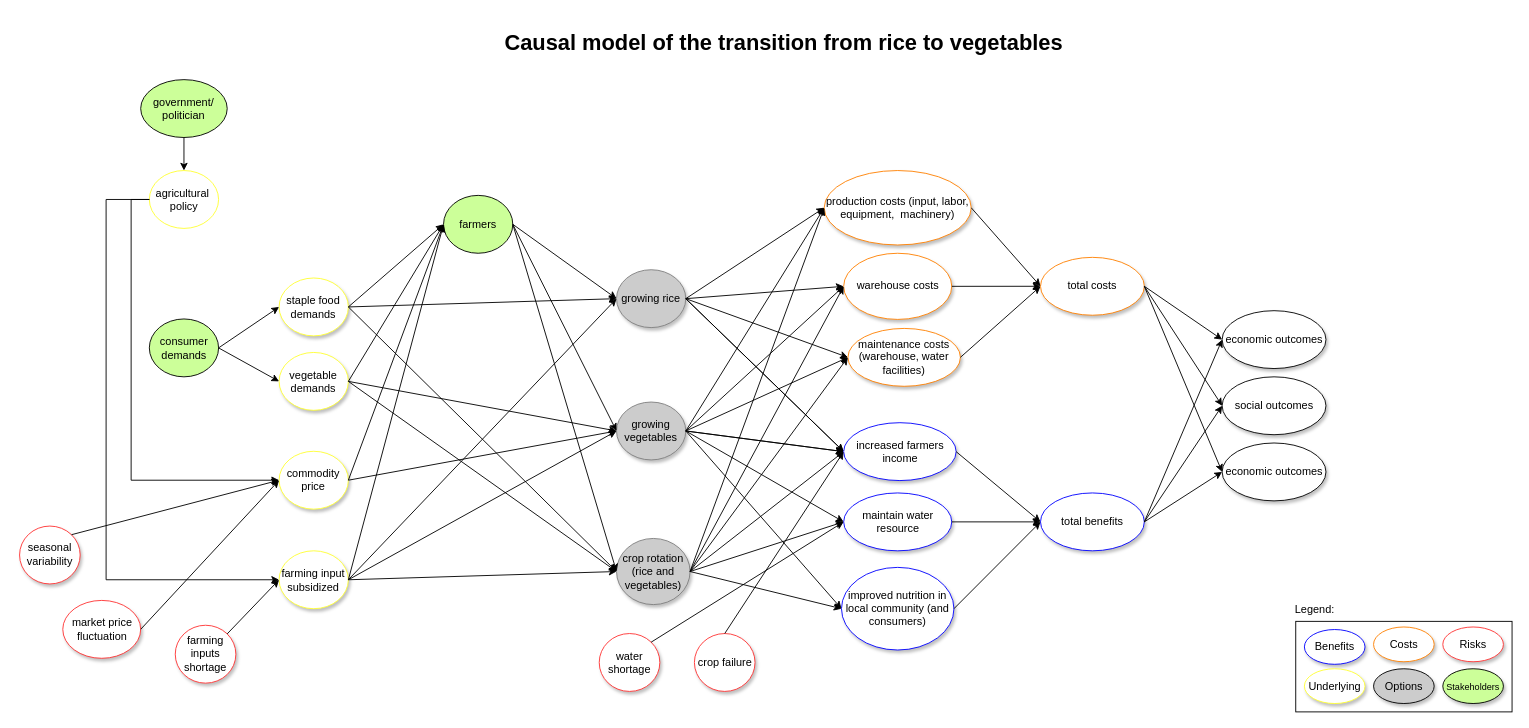
noviriasyifaunnafsi/transition-from-rice-to-vegetables keeps this draw.io diagram as impact pathway.drawio. Above is the earlier version. Source tidied: cells renumbered, new cells numbered last; positions are measured from the earlier drawing's top-left corner, leaving out a move shared by most shapes. Both pictures are drawn from the tidied source at 91%, with x=0, y=0 at pixel (19, 25).
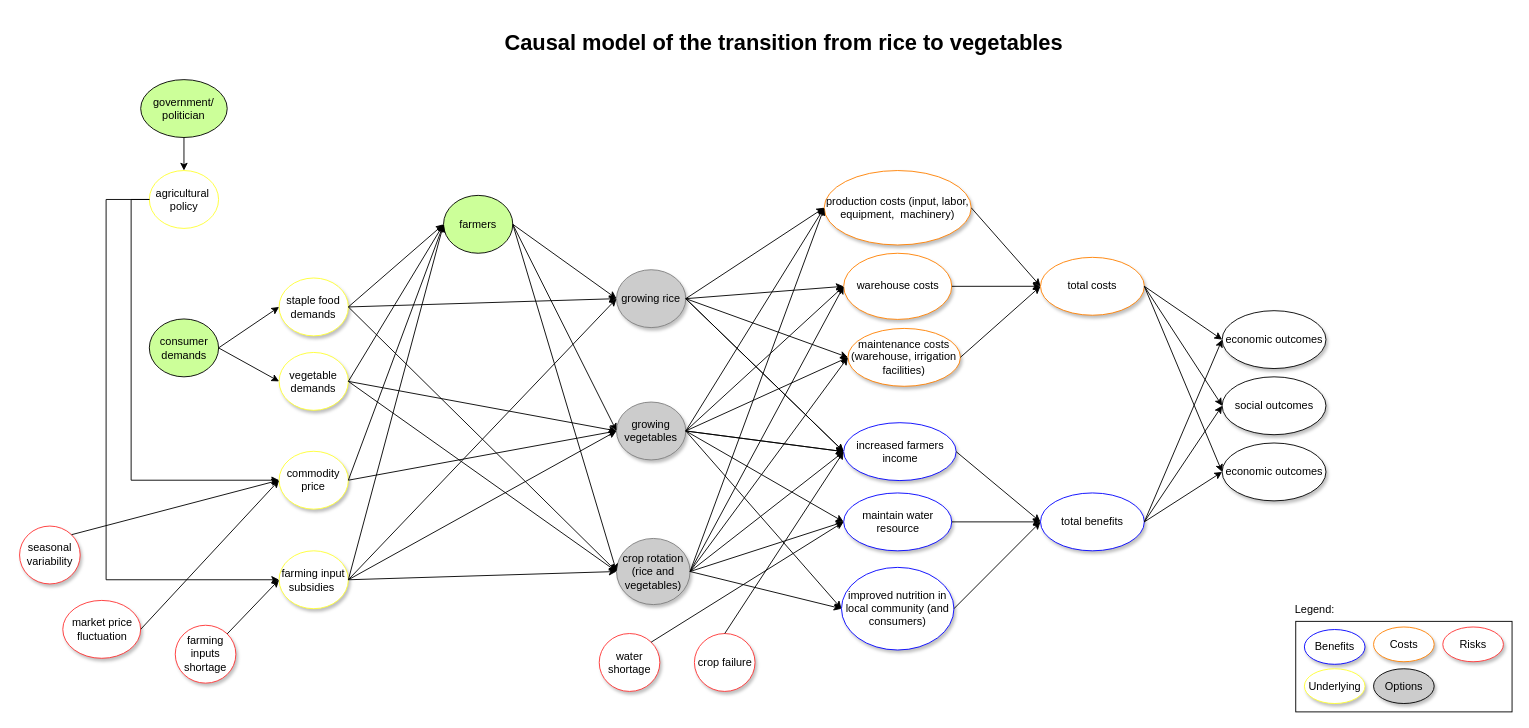
Above is the later version.

The change refers to these unchanged cells:
```xml
<mxCell id="3" style="group;" parent="1" vertex="1">
  <mxGeometry y="60" width="1640" height="694.8" as="geometry" />
</mxCell>
<mxCell id="85" style="group;" parent="3" vertex="1">
  <mxGeometry x="1388.1" y="568" width="251.9" height="126.7" as="geometry" />
</mxCell>
```

What changed in the source:
```diff
@@
-    <mxCell id="22" value="farming input subsidized" style="ellipse;whiteSpace=wrap;html=1;shadow=1;strokeColor=#FFFF33;" parent="3" vertex="1">
+    <mxCell id="22" value="farming input subsidies&amp;nbsp;" style="ellipse;whiteSpace=wrap;html=1;shadow=1;strokeColor=#FFFF33;" parent="3" vertex="1">
       <mxGeometry x="285.2" y="517.8" width="76.1" height="63.6" as="geometry" />
     </mxCell>
@@
-    <mxCell id="52" value="maintenance costs (warehouse, water facilities)" style="ellipse;whiteSpace=wrap;html=1;strokeColor=#FF8000;shadow=1;" parent="3" vertex="1">
+    <mxCell id="52" value="maintenance costs (warehouse, irrigation facilities)" style="ellipse;whiteSpace=wrap;html=1;strokeColor=#FF8000;shadow=1;" parent="3" vertex="1">
       <mxGeometry x="910.3" y="273.4" width="123.6" height="63.6" as="geometry" />
     </mxCell>
@@
-    <mxCell id="93" value="&lt;font style=&quot;font-size: 10px;&quot;&gt;Stakeholders&lt;/font&gt;" style="ellipse;whiteSpace=wrap;html=1;shadow=1;strokeColor=default;fillColor=#CCFF99;" parent="85" vertex="1">
-      <mxGeometry x="175.9" y="79.4" width="66.6" height="38.2" as="geometry" />
-    </mxCell>
```
